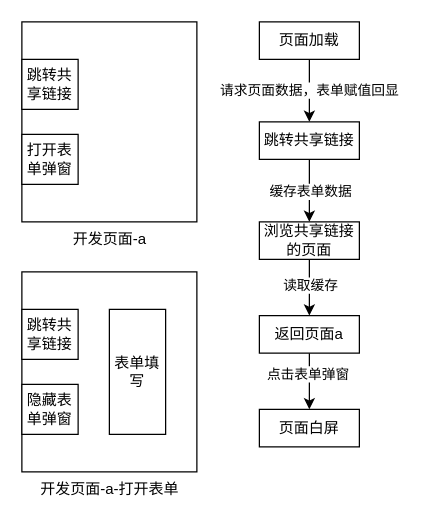
The draw.io diagram price文章bug图.drawio in snake34475/draw.io, before the edit. Source tidied: cells renumbered, new cells numbered last; positions are measured from the earlier drawing's top-left corner, leaving out a move shared by most shapes. Both pictures are drawn from the tidied source at 125%, with x=0, y=0 at pixel (21, 21).
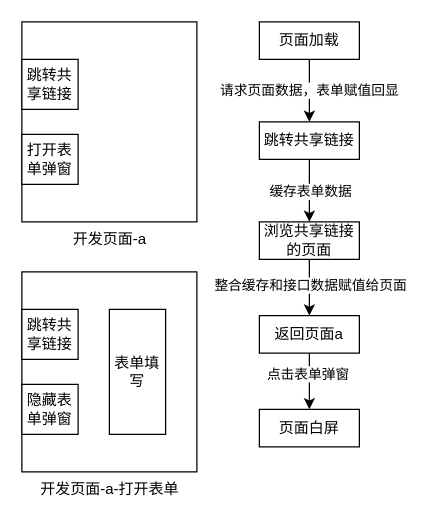
The same page after the edit.

Commit message:
更新price文章bug图.drawio

The change refers to these unchanged cells:
```xml
<mxCell id="11" style="edgeStyle=orthogonalEdgeStyle;rounded=0;jettySize=auto;html=1;" parent="1" edge="1" source="13" target="20">
  <mxGeometry relative="1" as="geometry" />
</mxCell>
```

Change to the diagram source:
```diff
@@
-    <mxCell id="12" value="读取缓存" style="edgeLabel;html=1;align=center;verticalAlign=middle;" parent="11" vertex="1">
+    <mxCell id="12" value="整合缓存和接口数据赋值给页面" style="edgeLabel;html=1;align=center;verticalAlign=middle;" parent="11" vertex="1">
       <mxGeometry x="-0.47" y="-3" relative="1" as="geometry">
         <mxPoint x="3" y="8" as="offset" />
       </mxGeometry>
     </mxCell>
```
